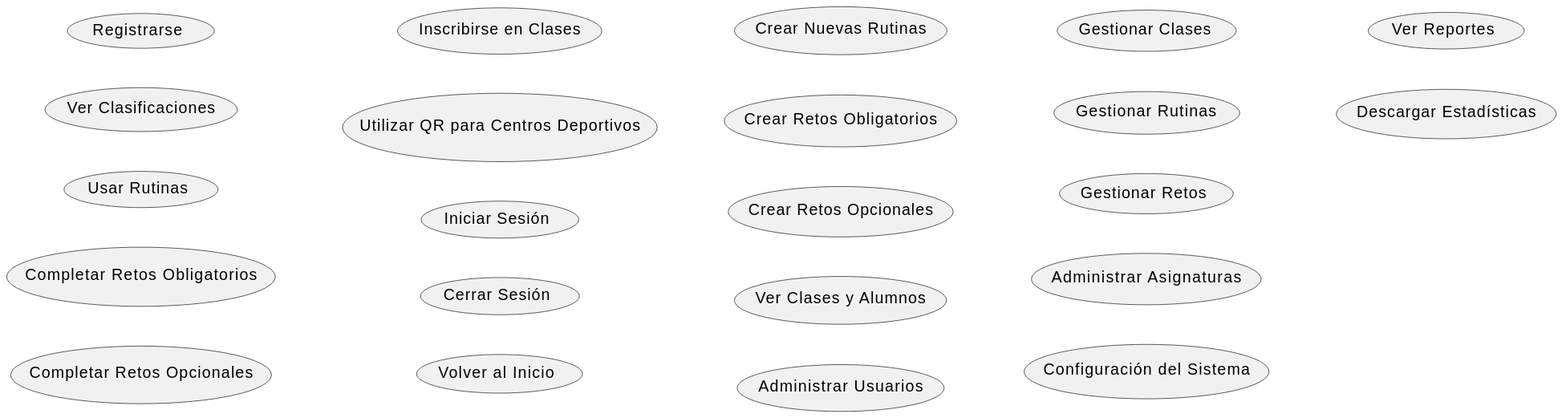
This is Documentos/Imagenes/CasosDeUso/CasosDeUso.svg from mmasias/24-25-IdSw1-SDR, a PlantUML export, as it was before one commit.
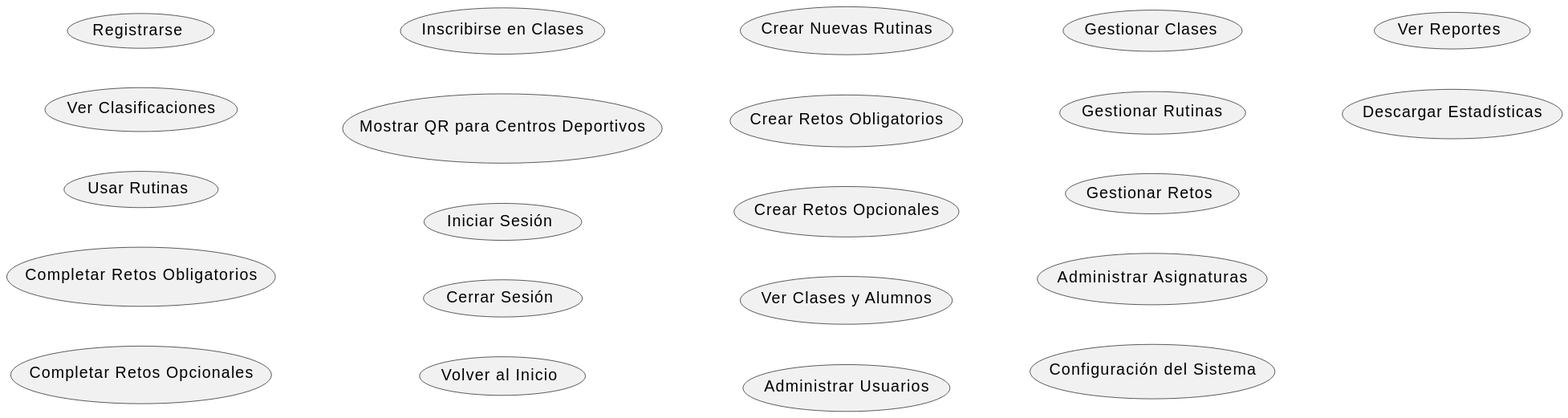
Later version of the same file.

Change to the diagram source:
```diff
@@ -8,7 +8,7 @@
 usecase "Completar Retos Obligatorios" as CompletarRetosObligatorios
 usecase "Completar Retos Opcionales" as CompletarRetosOpcionales
 usecase "Inscribirse en Clases" as InscribirseClases
-usecase "Utilizar QR para Centros Deportivos" as UsarQR
+usecase "Mostrar QR para Centros Deportivos" as UsarQR
 usecase "Iniciar Sesión" as IniciarSesion
 usecase "Cerrar Sesión" as CerrarSesion
 usecase "Volver al Inicio" as VolverInicio
```
